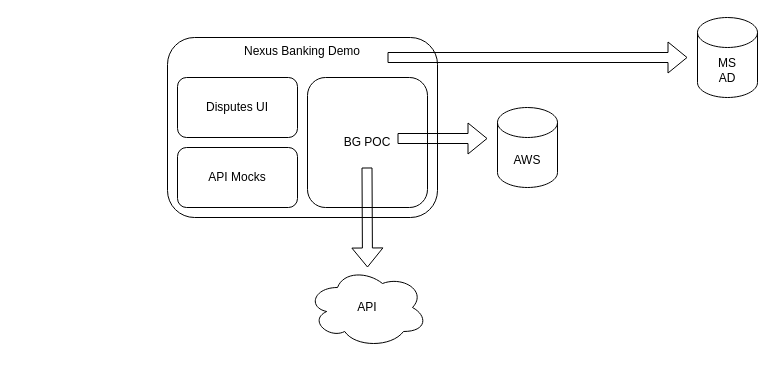
hikumealan/draw-io-diagrams keeps this draw.io diagram as Nexus Demo.drawio. Above is the earlier version. Source tidied: cells renumbered, new cells numbered last; positions are measured from the earlier drawing's top-left corner, leaving out a move shared by most shapes. Both pictures are drawn from the tidied source at 100%, with x=0, y=0 at pixel (167, 17).
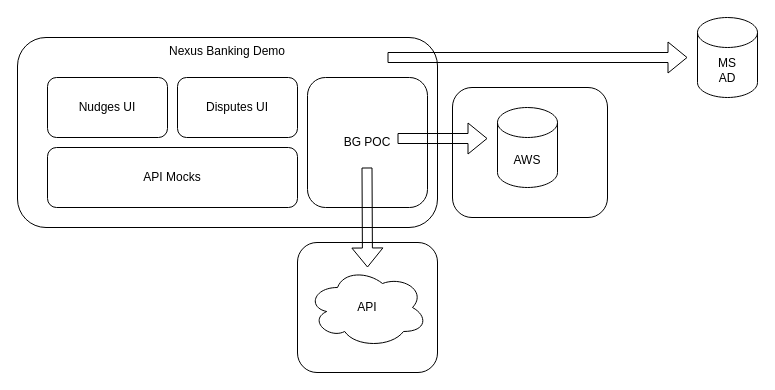
The same diagram, later.

The edit, as a diff of the source:
```diff
@@
 <mxGraphModel>
   <root>
     <mxCell id="0" />
     <mxCell id="1" parent="0" />
+    <mxCell id="12" style="rounded=1;whiteSpace=wrap;html=1;" parent="1" vertex="1">
+      <mxGeometry x="285" y="70" width="155" height="130" as="geometry" />
+    </mxCell>
+    <mxCell id="13" style="rounded=1;whiteSpace=wrap;html=1;" parent="1" vertex="1">
+      <mxGeometry x="130" y="225" width="140" height="130" as="geometry" />
+    </mxCell>
     <mxCell id="2" value="Nexus Banking Demo" style="rounded=1;whiteSpace=wrap;html=1;verticalAlign=top;" parent="1" vertex="1">
-      <mxGeometry y="20" width="270" height="180" as="geometry" />
+      <mxGeometry x="-150" y="20" width="420" height="190" as="geometry" />
     </mxCell>
     <mxCell id="3" value="BG POC" style="rounded=1;whiteSpace=wrap;html=1;" parent="1" vertex="1">
       <mxGeometry x="140" y="60" width="120" height="130" as="geometry" />
     </mxCell>
     <mxCell id="4" style="shape=flexArrow;endArrow=classic;html=1;" parent="1" edge="1">
       <mxGeometry relative="1" as="geometry">
         <mxPoint x="230" y="121" as="sourcePoint" />
         <mxPoint x="320" y="121" as="targetPoint" />
       </mxGeometry>
     </mxCell>
     <mxCell id="5" style="shape=flexArrow;endArrow=classic;html=1;" parent="1" edge="1">
       <mxGeometry relative="1" as="geometry">
         <mxPoint x="220" y="40" as="sourcePoint" />
         <mxPoint x="520" y="40" as="targetPoint" />
       </mxGeometry>
     </mxCell>
     <mxCell id="6" value="AWS" style="shape=cylinder3;whiteSpace=wrap;html=1;boundedLbl=1;backgroundOutline=1;size=15;" parent="1" vertex="1">
       <mxGeometry x="330" y="90" width="60" height="80" as="geometry" />
     </mxCell>
     <mxCell id="7" value="MS&lt;br&gt;AD" style="shape=cylinder3;whiteSpace=wrap;html=1;boundedLbl=1;backgroundOutline=1;size=15;" parent="1" vertex="1">
       <mxGeometry x="530" width="60" height="80" as="geometry" />
     </mxCell>
     <mxCell id="8" value="API Mocks" style="rounded=1;whiteSpace=wrap;html=1;" parent="1" vertex="1">
-      <mxGeometry x="10" y="130" width="120" height="60" as="geometry" />
+      <mxGeometry x="-120" y="130" width="250" height="60" as="geometry" />
     </mxCell>
     <mxCell id="9" style="shape=flexArrow;endArrow=classic;html=1;" parent="1" edge="1">
       <mxGeometry relative="1" as="geometry">
         <mxPoint x="199.5" y="150" as="sourcePoint" />
         <mxPoint x="200" y="250" as="targetPoint" />
       </mxGeometry>
     </mxCell>
     <mxCell id="10" value="API" style="ellipse;shape=cloud;whiteSpace=wrap;html=1;" parent="1" vertex="1">
       <mxGeometry x="140" y="250" width="120" height="80" as="geometry" />
     </mxCell>
     <mxCell id="11" value="Disputes UI" style="rounded=1;whiteSpace=wrap;html=1;" parent="1" vertex="1">
       <mxGeometry x="10" y="60" width="120" height="60" as="geometry" />
     </mxCell>
+    <mxCell id="14" value="Nudges UI" style="rounded=1;whiteSpace=wrap;html=1;" parent="1" vertex="1">
+      <mxGeometry x="-120" y="60" width="120" height="60" as="geometry" />
+    </mxCell>
   </root>
 </mxGraphModel>
```
